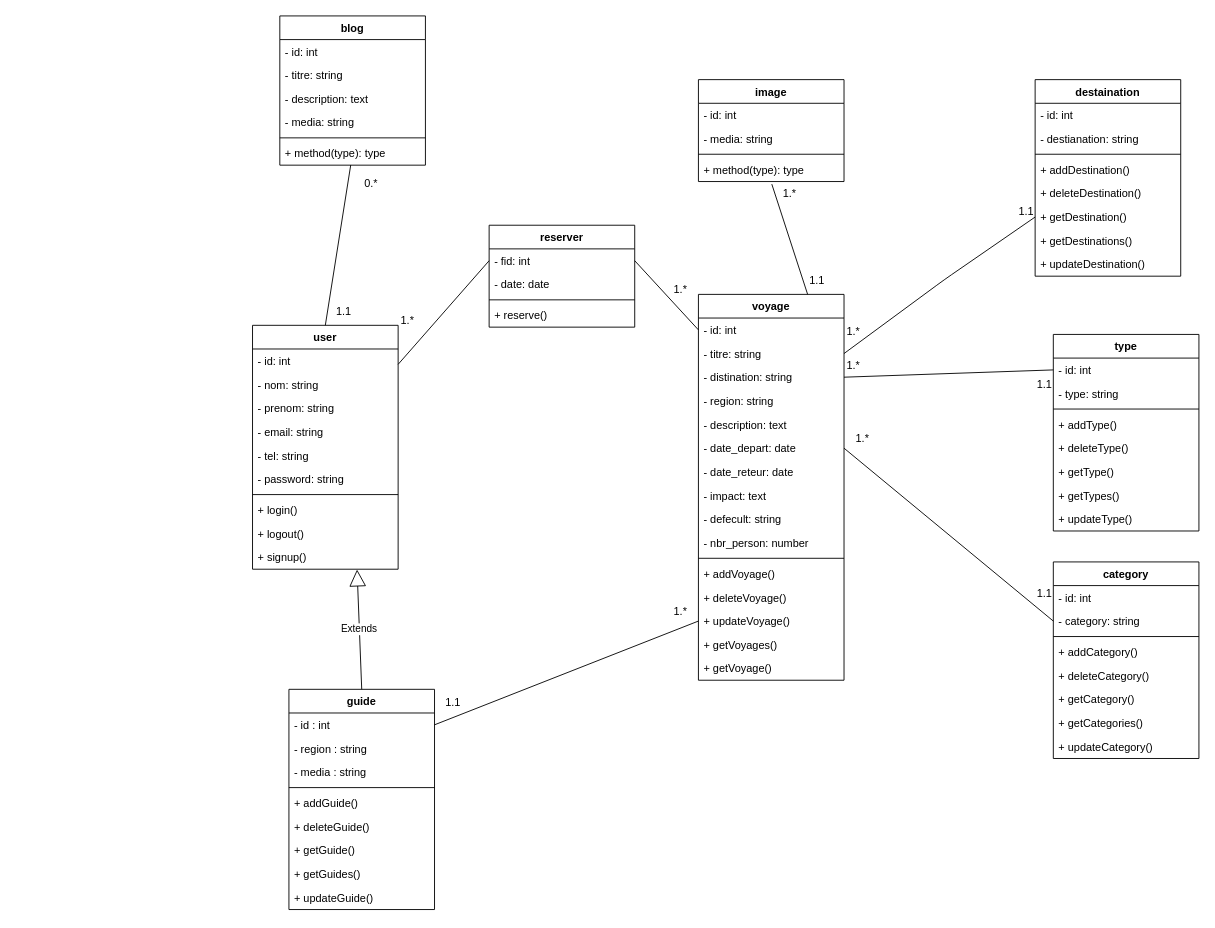
Earlier version of the draw.io diagram conception/diagramme_classe.drawio (AllaouiJihad/On_the_Road). Source tidied: cells renumbered, new cells numbered last; positions are measured from the earlier drawing's top-left corner, leaving out a move shared by most shapes. Both pictures are drawn from the tidied source at 91%, with x=0, y=0 at pixel (252, 15).
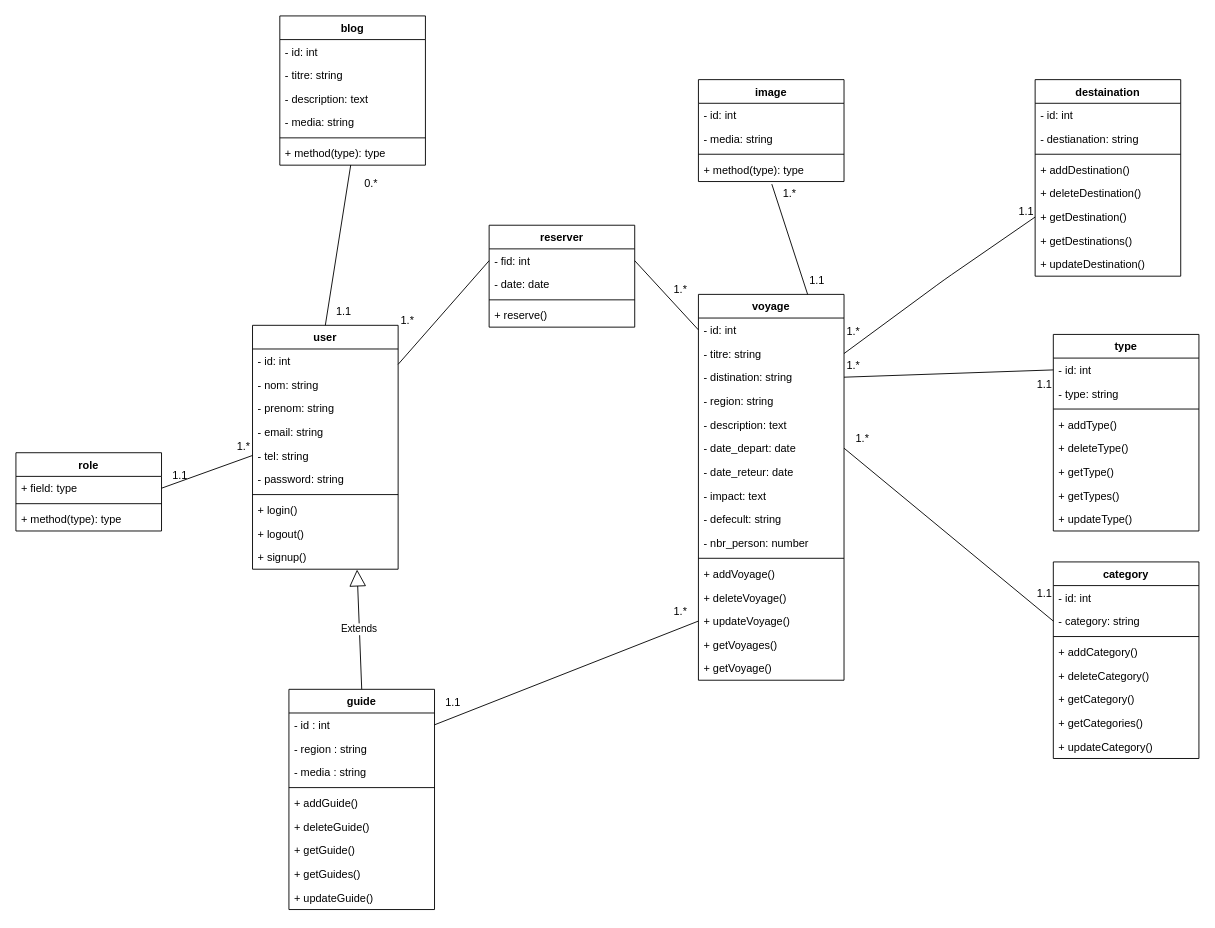
The same diagram, later.

The change refers to these unchanged cells:
```xml
<mxCell id="60" value="- tel: string" style="text;strokeColor=none;fillColor=none;align=left;verticalAlign=top;spacingLeft=4;spacingRight=4;overflow=hidden;points=[[0,0.5],[1,0.5]];portConstraint=eastwest;" parent="55" vertex="1">
  <mxGeometry y="130" width="160" height="26" as="geometry" />
</mxCell>
```

Diff of the diagram source:
```diff
@@
+    <mxCell id="107" value="role" style="swimlane;fontStyle=1;align=center;verticalAlign=top;horizontal=1;startSize=26;" parent="1" vertex="1">
+      <mxGeometry x="-260" y="480" width="160" height="86" as="geometry" />
+    </mxCell>
+    <mxCell id="108" value="+ field: type" style="text;strokeColor=none;fillColor=none;align=left;verticalAlign=top;spacingLeft=4;spacingRight=4;overflow=hidden;points=[[0,0.5],[1,0.5]];portConstraint=eastwest;" parent="107" vertex="1">
+      <mxGeometry y="26" width="160" height="26" as="geometry" />
+    </mxCell>
+    <mxCell id="109" style="line;strokeWidth=1;fillColor=none;align=left;verticalAlign=middle;spacingTop=-1;spacingLeft=3;spacingRight=3;labelPosition=right;strokeColor=inherit;" parent="107" vertex="1">
+      <mxGeometry y="52" width="160" height="8" as="geometry" />
+    </mxCell>
+    <mxCell id="110" value="+ method(type): type" style="text;strokeColor=none;fillColor=none;align=left;verticalAlign=top;spacingLeft=4;spacingRight=4;overflow=hidden;" parent="107" vertex="1">
+      <mxGeometry y="60" width="160" height="26" as="geometry" />
+    </mxCell>
+    <mxCell id="111" style="endArrow=none;html=1;exitX=1;exitY=0.5;exitDx=0;exitDy=0;entryX=0;entryY=0.5;entryDx=0;entryDy=0;" parent="1" edge="1" source="108" target="60">
+      <mxGeometry relative="1" as="geometry" />
+    </mxCell>
+    <mxCell id="112" value="1.1" style="text;html=1;align=center;verticalAlign=middle;strokeColor=none;fillColor=none;" parent="1" vertex="1">
+      <mxGeometry x="-100" y="490" width="40" height="30" as="geometry" />
+    </mxCell>
+    <mxCell id="113" value="1.*" style="text;html=1;align=center;verticalAlign=middle;strokeColor=none;fillColor=none;" parent="1" vertex="1">
+      <mxGeometry x="-30" y="459" width="40" height="30" as="geometry" />
+    </mxCell>
```
